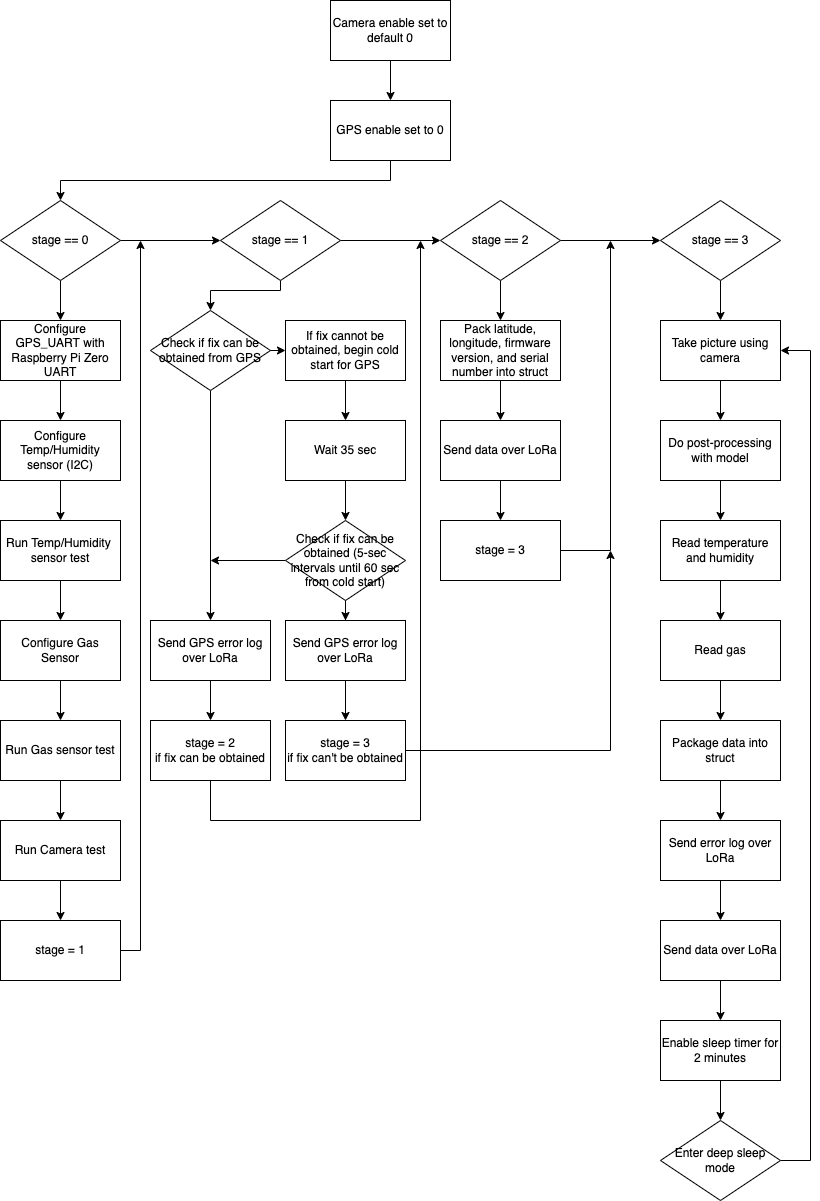
Above: diagrams/out/sw_diagram/Software_Flowchart_top.png in perch-sensing/g3-osi-sw (draw.io), before the change. Source tidied: cells renumbered, new cells last; positions are measured from the earlier drawing's top-left corner, leaving out a move shared by most shapes.
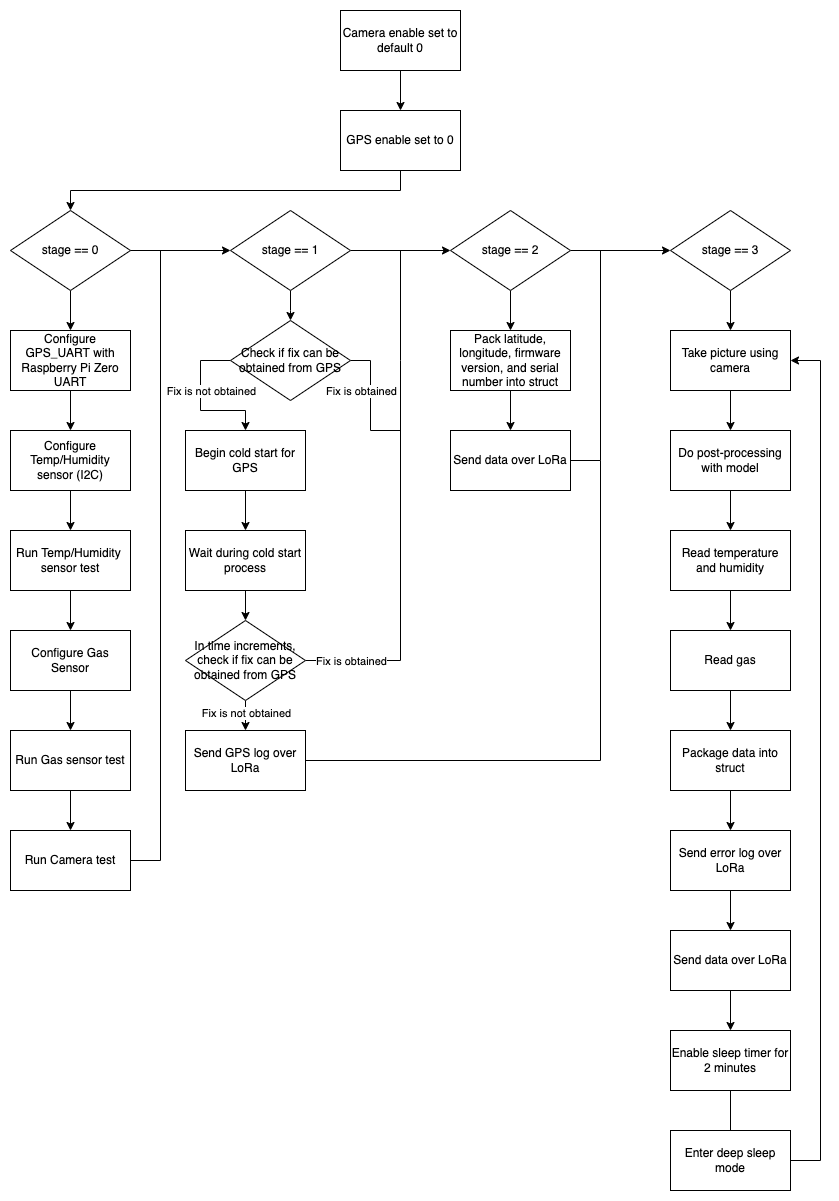
The same file after the commit.

Commit message:
Updated version of sw flowchart (top)

What changed in the source:
```diff
@@ -28,9 +28,6 @@
     <mxCell id="8" style="edgeStyle=orthogonalEdgeStyle;rounded=0;jettySize=auto;html=1;exitX=0.5;exitY=1;exitDx=0;exitDy=0;entryX=0.5;entryY=0;entryDx=0;entryDy=0;" parent="1" edge="1" source="10" target="7">
       <mxGeometry relative="1" as="geometry" />
     </mxCell>
-    <mxCell id="9" style="edgeStyle=orthogonalEdgeStyle;rounded=0;jettySize=auto;html=1;exitX=1;exitY=0.5;exitDx=0;exitDy=0;entryX=0;entryY=0.5;entryDx=0;entryDy=0;" parent="1" edge="1" source="10" target="13">
-      <mxGeometry relative="1" as="geometry" />
-    </mxCell>
     <mxCell id="10" value="stage == 0" style="rhombus;whiteSpace=wrap;html=1;" parent="1" vertex="1">
       <mxGeometry y="200" width="120" height="80" as="geometry" />
     </mxCell>
@@ -40,8 +37,8 @@
     <mxCell id="12" style="edgeStyle=orthogonalEdgeStyle;rounded=0;jettySize=auto;html=1;exitX=0.5;exitY=1;exitDx=0;exitDy=0;entryX=0.5;entryY=0;entryDx=0;entryDy=0;" parent="1" edge="1" source="13" target="66">
       <mxGeometry relative="1" as="geometry">
         <Array as="points">
-          <mxPoint x="280" y="290" />
-          <mxPoint x="210" y="290" />
+          <mxPoint x="280" y="300" />
+          <mxPoint x="280" y="300" />
         </Array>
       </mxGeometry>
     </mxCell>
@@ -87,55 +84,27 @@
     <mxCell id="26" value="Run Gas sensor test" style="rounded=0;whiteSpace=wrap;html=1;" parent="1" vertex="1">
       <mxGeometry y="720" width="120" height="60" as="geometry" />
     </mxCell>
-    <mxCell id="27" style="edgeStyle=orthogonalEdgeStyle;rounded=0;jettySize=auto;html=1;exitX=0.5;exitY=1;exitDx=0;exitDy=0;entryX=0.5;entryY=0;entryDx=0;entryDy=0;" parent="1" edge="1" source="28" target="35">
-      <mxGeometry relative="1" as="geometry" />
-    </mxCell>
     <mxCell id="28" value="Run Camera test" style="rounded=0;whiteSpace=wrap;html=1;" parent="1" vertex="1">
       <mxGeometry y="820" width="120" height="60" as="geometry" />
     </mxCell>
-    <mxCell id="29" style="edgeStyle=orthogonalEdgeStyle;rounded=0;jettySize=auto;html=1;exitX=0.5;exitY=1;exitDx=0;exitDy=0;entryX=0.5;entryY=0;entryDx=0;entryDy=0;" parent="1" edge="1" source="66" target="70">
-      <mxGeometry relative="1" as="geometry" />
-    </mxCell>
     <mxCell id="30" style="edgeStyle=orthogonalEdgeStyle;rounded=0;jettySize=auto;html=1;exitX=0.5;exitY=1;exitDx=0;exitDy=0;entryX=0.5;entryY=0;entryDx=0;entryDy=0;" parent="1" edge="1" source="31" target="33">
       <mxGeometry relative="1" as="geometry" />
     </mxCell>
     <mxCell id="31" value="Pack latitude, longitude, firmware version, and serial number into struct" style="rounded=0;whiteSpace=wrap;html=1;" parent="1" vertex="1">
       <mxGeometry x="440" y="320" width="120" height="60" as="geometry" />
     </mxCell>
-    <mxCell id="32" style="edgeStyle=orthogonalEdgeStyle;rounded=0;jettySize=auto;html=1;exitX=0.5;exitY=1;exitDx=0;exitDy=0;entryX=0.5;entryY=0;entryDx=0;entryDy=0;" parent="1" edge="1" source="33" target="39">
-      <mxGeometry relative="1" as="geometry" />
-    </mxCell>
+    <mxCell id="73" style="edgeStyle=orthogonalEdgeStyle;rounded=0;jettySize=auto;html=1;endArrow=none;endFill=0;" parent="1" edge="1" source="33">
+      <mxGeometry relative="1" as="geometry">
+        <mxPoint x="580" y="240" as="targetPoint" />
+        <Array as="points">
+          <mxPoint x="590" y="450" />
+          <mxPoint x="590" y="240" />
+        </Array>
+      </mxGeometry>
+    </mxCell>
     <mxCell id="33" value="Send data over LoRa" style="rounded=0;whiteSpace=wrap;html=1;" parent="1" vertex="1">
       <mxGeometry x="440" y="420" width="120" height="60" as="geometry" />
     </mxCell>
-    <mxCell id="34" style="edgeStyle=orthogonalEdgeStyle;rounded=0;jettySize=auto;html=1;exitX=1;exitY=0.5;exitDx=0;exitDy=0;" parent="1" edge="1" source="35">
-      <mxGeometry relative="1" as="geometry">
-        <mxPoint x="140" y="240" as="targetPoint" />
-      </mxGeometry>
-    </mxCell>
-    <mxCell id="35" value="stage = 1" style="rounded=0;whiteSpace=wrap;html=1;" parent="1" vertex="1">
-      <mxGeometry y="920" width="120" height="60" as="geometry" />
-    </mxCell>
-    <mxCell id="36" style="edgeStyle=orthogonalEdgeStyle;rounded=0;jettySize=auto;html=1;exitX=0.5;exitY=1;exitDx=0;exitDy=0;" parent="1" edge="1" source="37">
-      <mxGeometry relative="1" as="geometry">
-        <mxPoint x="420" y="240" as="targetPoint" />
-        <Array as="points">
-          <mxPoint x="210" y="820" />
-          <mxPoint x="420" y="820" />
-        </Array>
-      </mxGeometry>
-    </mxCell>
-    <mxCell id="37" value="stage = 2&lt;br&gt;if fix can be obtained" style="rounded=0;whiteSpace=wrap;html=1;" parent="1" vertex="1">
-      <mxGeometry x="150" y="720" width="120" height="60" as="geometry" />
-    </mxCell>
-    <mxCell id="38" style="edgeStyle=orthogonalEdgeStyle;rounded=0;jettySize=auto;html=1;" parent="1" edge="1" source="39">
-      <mxGeometry relative="1" as="geometry">
-        <mxPoint x="610" y="240" as="targetPoint" />
-      </mxGeometry>
-    </mxCell>
-    <mxCell id="39" value="stage = 3" style="rounded=0;whiteSpace=wrap;html=1;" parent="1" vertex="1">
-      <mxGeometry x="440" y="520" width="120" height="60" as="geometry" />
-    </mxCell>
     <mxCell id="40" style="edgeStyle=orthogonalEdgeStyle;rounded=0;jettySize=auto;html=1;exitX=0.5;exitY=1;exitDx=0;exitDy=0;entryX=0.5;entryY=0;entryDx=0;entryDy=0;" parent="1" edge="1" source="41" target="43">
       <mxGeometry relative="1" as="geometry" />
     </mxCell>
@@ -172,81 +141,116 @@
     <mxCell id="51" value="Send data over LoRa" style="rounded=0;whiteSpace=wrap;html=1;" parent="1" vertex="1">
       <mxGeometry x="660" y="920" width="120" height="60" as="geometry" />
     </mxCell>
-    <mxCell id="52" style="edgeStyle=orthogonalEdgeStyle;rounded=0;jettySize=auto;html=1;exitX=0.5;exitY=1;exitDx=0;exitDy=0;entryX=0.5;entryY=0;entryDx=0;entryDy=0;" parent="1" edge="1" source="53" target="55">
+    <mxCell id="52" style="edgeStyle=orthogonalEdgeStyle;rounded=0;jettySize=auto;html=1;entryX=0.5;entryY=0;entryDx=0;entryDy=0;endArrow=none;endFill=0;" parent="1" edge="1" source="53" target="55">
       <mxGeometry relative="1" as="geometry" />
     </mxCell>
     <mxCell id="53" value="Enable sleep timer for 2 minutes" style="rounded=0;whiteSpace=wrap;html=1;" parent="1" vertex="1">
       <mxGeometry x="660" y="1020" width="120" height="60" as="geometry" />
     </mxCell>
-    <mxCell id="54" style="edgeStyle=orthogonalEdgeStyle;rounded=0;jettySize=auto;html=1;exitX=1;exitY=0.5;exitDx=0;exitDy=0;entryX=1;entryY=0.5;entryDx=0;entryDy=0;" parent="1" edge="1" source="55" target="41">
-      <mxGeometry relative="1" as="geometry">
-        <Array as="points">
-          <mxPoint x="810" y="1160" />
-          <mxPoint x="810" y="350" />
-        </Array>
-      </mxGeometry>
-    </mxCell>
-    <mxCell id="55" value="Enter deep sleep mode" style="rhombus;whiteSpace=wrap;html=1;" parent="1" vertex="1">
-      <mxGeometry x="660" y="1120" width="120" height="80" as="geometry" />
-    </mxCell>
     <mxCell id="56" style="edgeStyle=orthogonalEdgeStyle;rounded=0;jettySize=auto;html=1;entryX=0.5;entryY=0;entryDx=0;entryDy=0;" parent="1" edge="1" source="57" target="51">
       <mxGeometry relative="1" as="geometry" />
     </mxCell>
     <mxCell id="57" value="Send error log over LoRa" style="rounded=0;whiteSpace=wrap;html=1;" parent="1" vertex="1">
       <mxGeometry x="660" y="820" width="120" height="60" as="geometry" />
     </mxCell>
-    <mxCell id="58" style="edgeStyle=orthogonalEdgeStyle;rounded=0;jettySize=auto;html=1;entryX=0.5;entryY=0;entryDx=0;entryDy=0;" parent="1" edge="1" source="60" target="68">
+    <mxCell id="58" style="edgeStyle=orthogonalEdgeStyle;rounded=0;jettySize=auto;html=1;entryX=0.5;entryY=0;entryDx=0;entryDy=0;endArrow=classic;endFill=1;" parent="1" edge="1" source="60" target="68">
       <mxGeometry relative="1" as="geometry" />
     </mxCell>
-    <mxCell id="59" style="edgeStyle=orthogonalEdgeStyle;rounded=0;jettySize=auto;html=1;exitX=0;exitY=0.5;exitDx=0;exitDy=0;" parent="1" edge="1" source="60">
-      <mxGeometry relative="1" as="geometry">
-        <mxPoint x="210" y="560" as="targetPoint" />
-      </mxGeometry>
-    </mxCell>
+    <mxCell id="74" value="Fix is not obtained" style="edgeLabel;html=1;align=center;verticalAlign=middle;" parent="58" vertex="1">
+      <mxGeometry x="0.29" relative="1" as="geometry" />
+    </mxCell>
+    <mxCell id="75" style="edgeStyle=orthogonalEdgeStyle;rounded=0;jettySize=auto;html=1;endArrow=none;endFill=0;" parent="1" edge="1" source="60">
+      <mxGeometry relative="1" as="geometry">
+        <mxPoint x="390" y="240" as="targetPoint" />
+        <Array as="points">
+          <mxPoint x="390" y="650" />
+          <mxPoint x="390" y="350" />
+        </Array>
+      </mxGeometry>
+    </mxCell>
+    <mxCell id="76" value="Fix is obtained" style="edgeLabel;html=1;align=center;verticalAlign=middle;" parent="75" vertex="1">
+      <mxGeometry x="-0.93" y="3" relative="1" as="geometry">
+        <mxPoint x="26" y="3" as="offset" />
+      </mxGeometry>
+    </mxCell>
-    <mxCell id="60" value="Check if fix can be obtained (5-sec intervals until 60 sec from cold start)" style="rhombus;html=1;whiteSpace=wrap;spacing=1;" parent="1" vertex="1">
-      <mxGeometry x="285" y="520" width="120" height="80" as="geometry" />
+    <mxCell id="60" value="In time increments, check if fix can be obtained from GPS" style="rhombus;html=1;whiteSpace=wrap;spacing=1;" parent="1" vertex="1">
+      <mxGeometry x="175" y="610" width="120" height="80" as="geometry" />
     </mxCell>
     <mxCell id="61" style="edgeStyle=orthogonalEdgeStyle;rounded=0;jettySize=auto;html=1;entryX=0.5;entryY=0;entryDx=0;entryDy=0;" parent="1" edge="1" source="62" target="64">
       <mxGeometry relative="1" as="geometry" />
     </mxCell>
-    <mxCell id="62" value="If fix cannot be obtained, begin cold start for GPS" style="rounded=0;whiteSpace=wrap;html=1;" parent="1" vertex="1">
-      <mxGeometry x="285" y="320" width="120" height="60" as="geometry" />
+    <mxCell id="62" value="Begin cold start for GPS" style="rounded=0;whiteSpace=wrap;html=1;" parent="1" vertex="1">
+      <mxGeometry x="175" y="420" width="120" height="60" as="geometry" />
     </mxCell>
     <mxCell id="63" style="edgeStyle=orthogonalEdgeStyle;rounded=0;jettySize=auto;html=1;entryX=0.5;entryY=0;entryDx=0;entryDy=0;" parent="1" edge="1" source="64" target="60">
       <mxGeometry relative="1" as="geometry" />
     </mxCell>
-    <mxCell id="64" value="Wait 35 sec" style="rounded=0;whiteSpace=wrap;html=1;" parent="1" vertex="1">
-      <mxGeometry x="285" y="420" width="120" height="60" as="geometry" />
+    <mxCell id="64" value="Wait during cold start process" style="rounded=0;whiteSpace=wrap;html=1;" parent="1" vertex="1">
+      <mxGeometry x="175" y="520" width="120" height="60" as="geometry" />
     </mxCell>
-    <mxCell id="65" style="edgeStyle=orthogonalEdgeStyle;rounded=0;jettySize=auto;html=1;exitX=1;exitY=0.5;exitDx=0;exitDy=0;entryX=0;entryY=0.5;entryDx=0;entryDy=0;" parent="1" edge="1" source="66" target="62">
+    <mxCell id="65" style="edgeStyle=orthogonalEdgeStyle;rounded=0;jettySize=auto;html=1;exitX=0;exitY=0.5;exitDx=0;exitDy=0;entryX=0.5;entryY=0;entryDx=0;entryDy=0;" parent="1" edge="1" source="66" target="62">
       <mxGeometry relative="1" as="geometry">
         <Array as="points">
-          <mxPoint x="285" y="350" />
+          <mxPoint x="190" y="350" />
+          <mxPoint x="190" y="400" />
+          <mxPoint x="235" y="400" />
         </Array>
       </mxGeometry>
     </mxCell>
+    <mxCell id="77" value="Fix is not obtained" style="edgeLabel;html=1;align=center;verticalAlign=middle;" parent="65" vertex="1">
+      <mxGeometry x="0.39" relative="1" as="geometry">
+        <mxPoint x="-11" y="-20" as="offset" />
+      </mxGeometry>
+    </mxCell>
+    <mxCell id="78" style="edgeStyle=orthogonalEdgeStyle;rounded=0;jettySize=auto;html=1;exitX=1;exitY=0.5;exitDx=0;exitDy=0;endArrow=none;endFill=0;" parent="1" edge="1" source="66">
+      <mxGeometry relative="1" as="geometry">
+        <mxPoint x="390" y="420" as="targetPoint" />
+        <Array as="points">
+          <mxPoint x="360" y="350" />
+        </Array>
+      </mxGeometry>
+    </mxCell>
+    <mxCell id="79" value="Fix is obtained" style="edgeLabel;html=1;align=center;verticalAlign=middle;" parent="78" vertex="1">
+      <mxGeometry x="-0.27" y="-3" relative="1" as="geometry">
+        <mxPoint x="-7" y="6" as="offset" />
+      </mxGeometry>
+    </mxCell>
     <mxCell id="66" value="Check if fix can be obtained from GPS" style="rhombus;whiteSpace=wrap;html=1;" parent="1" vertex="1">
-      <mxGeometry x="150" y="310" width="120" height="80" as="geometry" />
+      <mxGeometry x="220" y="310" width="120" height="80" as="geometry" />
     </mxCell>
-    <mxCell id="67" style="edgeStyle=orthogonalEdgeStyle;rounded=0;jettySize=auto;html=1;fontSize=6;" parent="1" edge="1" source="68" target="72">
-      <mxGeometry relative="1" as="geometry" />
-    </mxCell>
-    <mxCell id="68" value="Send GPS error log over LoRa" style="rounded=0;whiteSpace=wrap;html=1;" parent="1" vertex="1">
-      <mxGeometry x="285" y="620" width="120" height="60" as="geometry" />
+    <mxCell id="68" value="Send GPS log over LoRa" style="rounded=0;whiteSpace=wrap;html=1;" parent="1" vertex="1">
+      <mxGeometry x="175" y="720" width="120" height="60" as="geometry" />
     </mxCell>
-    <mxCell id="69" style="edgeStyle=orthogonalEdgeStyle;rounded=0;jettySize=auto;html=1;entryX=0.5;entryY=0;entryDx=0;entryDy=0;fontSize=6;" parent="1" edge="1" source="70" target="37">
-      <mxGeometry relative="1" as="geometry" />
-    </mxCell>
-    <mxCell id="70" value="Send GPS error log over LoRa" style="rounded=0;whiteSpace=wrap;html=1;" parent="1" vertex="1">
-      <mxGeometry x="150" y="620" width="120" height="60" as="geometry" />
-    </mxCell>
-    <mxCell id="71" style="edgeStyle=orthogonalEdgeStyle;rounded=0;jettySize=auto;html=1;fontSize=6;" parent="1" edge="1" source="72">
+    <mxCell id="71" style="edgeStyle=orthogonalEdgeStyle;rounded=0;jettySize=auto;html=1;fontSize=6;exitX=1;exitY=0.5;exitDx=0;exitDy=0;endArrow=none;endFill=0;" parent="1" edge="1" source="68">
       <mxGeometry relative="1" as="geometry">
-        <mxPoint x="610" y="550" as="targetPoint" />
+        <mxPoint x="590" y="450" as="targetPoint" />
       </mxGeometry>
     </mxCell>
-    <mxCell id="72" value="stage = 3&lt;br&gt;if fix can't be obtained" style="rounded=0;whiteSpace=wrap;html=1;" parent="1" vertex="1">
-      <mxGeometry x="285" y="720" width="120" height="60" as="geometry" />
-    </mxCell>
+    <mxCell id="80" style="group;" parent="1" vertex="1">
+      <mxGeometry x="140" y="240" as="geometry" />
+    </mxCell>
+    <mxCell id="9" style="edgeStyle=orthogonalEdgeStyle;rounded=0;jettySize=auto;html=1;exitX=1;exitY=0.5;exitDx=0;exitDy=0;entryX=0;entryY=0.5;entryDx=0;entryDy=0;" parent="80" edge="1" source="10" target="13">
+      <mxGeometry relative="1" as="geometry" />
+    </mxCell>
+    <mxCell id="34" style="edgeStyle=orthogonalEdgeStyle;rounded=0;jettySize=auto;html=1;exitX=1;exitY=0.5;exitDx=0;exitDy=0;endArrow=none;endFill=0;" parent="80" edge="1" source="28">
+      <mxGeometry relative="1" as="geometry">
+        <mxPoint as="targetPoint" />
+        <Array as="points">
+          <mxPoint x="10" y="610" />
+          <mxPoint x="10" />
+        </Array>
+      </mxGeometry>
+    </mxCell>
+    <mxCell id="54" style="edgeStyle=orthogonalEdgeStyle;rounded=0;jettySize=auto;html=1;entryX=1;entryY=0.5;entryDx=0;entryDy=0;endArrow=classic;endFill=1;" parent="1" edge="1" source="55" target="41">
+      <mxGeometry relative="1" as="geometry">
+        <Array as="points">
+          <mxPoint x="810" y="1150" />
+          <mxPoint x="810" y="350" />
+        </Array>
+      </mxGeometry>
+    </mxCell>
+    <mxCell id="55" value="Enter deep sleep mode" style="rounded=0;whiteSpace=wrap;html=1;" parent="1" vertex="1">
+      <mxGeometry x="660" y="1120" width="120" height="60" as="geometry" />
+    </mxCell>
   </root>
 </mxGraphModel>
```
